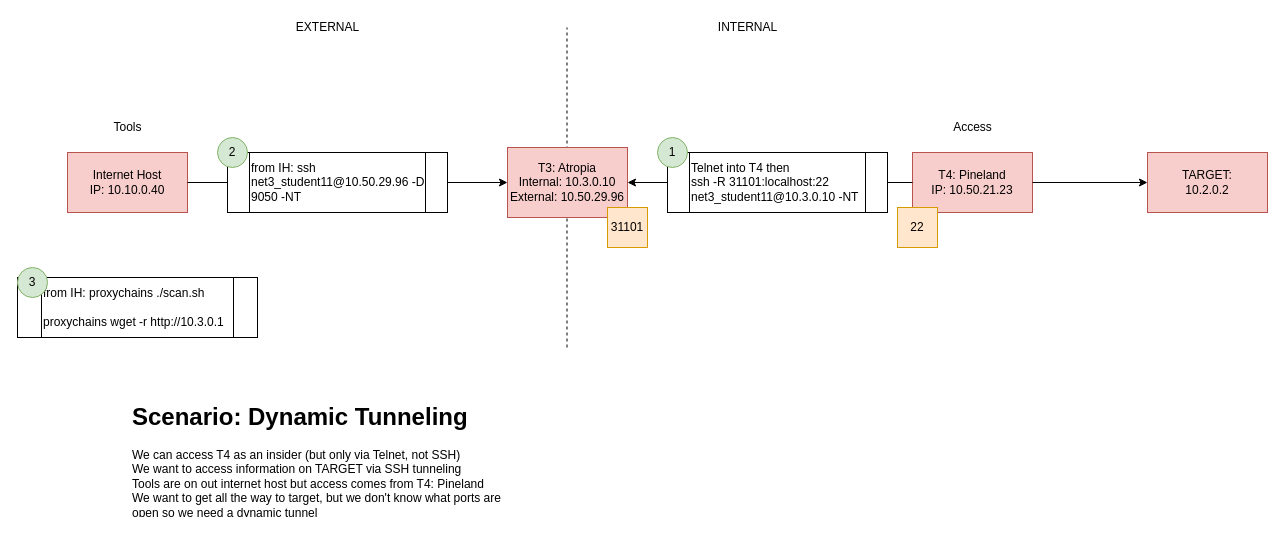
Before: ctf/CTF_tunneling6.drawio in abfarr/cctc, a draw.io diagram. Source tidied: cells renumbered, new cells numbered last; positions are measured from the earlier drawing's top-left corner, leaving out a move shared by most shapes. Both pictures are drawn from the tidied source at 100%, with x=0, y=0 at pixel (17, 17).
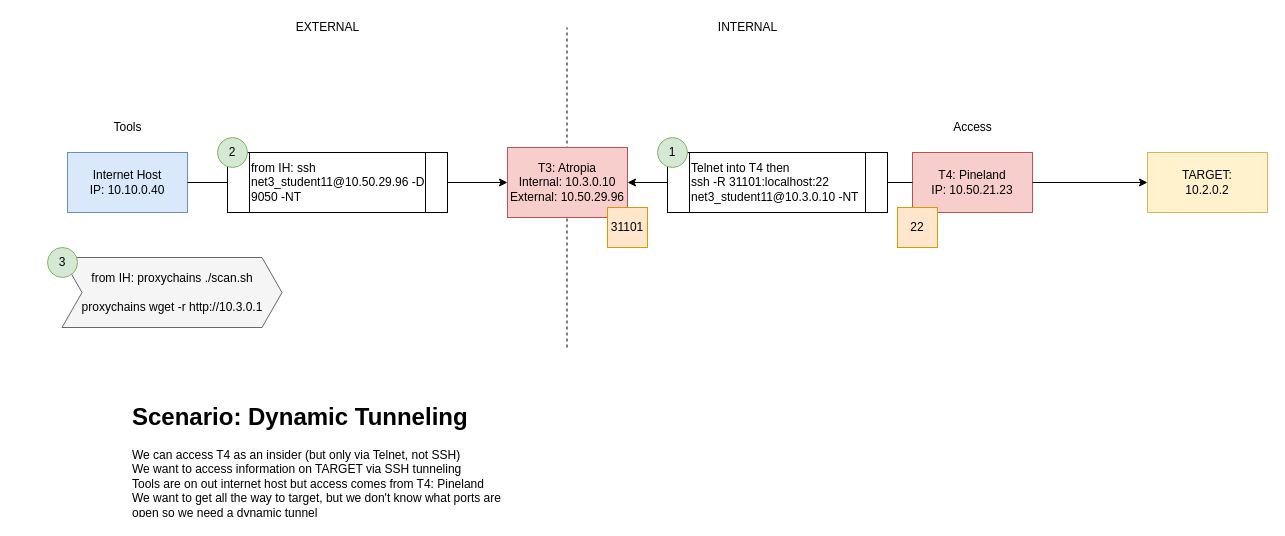
After the change.

Diff of the diagram source:
```diff
@@
-    <mxCell id="3" value="Internet Host&lt;br&gt;IP: 10.10.0.40" style="rounded=0;whiteSpace=wrap;html=1;fillColor=#f8cecc;strokeColor=#b85450;" parent="1" vertex="1">
+    <mxCell id="3" value="Internet Host&lt;br&gt;IP: 10.10.0.40" style="rounded=0;whiteSpace=wrap;html=1;fillColor=#dae8fc;strokeColor=#6c8ebf;" parent="1" vertex="1">
       <mxGeometry x="50" y="135" width="120" height="60" as="geometry" />
     </mxCell>
@@
-    <mxCell id="9" value="TARGET:&lt;br&gt;10.2.0.2" style="rounded=0;whiteSpace=wrap;html=1;fillColor=#f8cecc;strokeColor=#b85450;" parent="1" vertex="1">
+    <mxCell id="9" value="TARGET:&lt;br&gt;10.2.0.2" style="rounded=0;whiteSpace=wrap;html=1;fillColor=#fff2cc;strokeColor=#d6b656;" parent="1" vertex="1">
       <mxGeometry x="1130" y="135" width="120" height="60" as="geometry" />
     </mxCell>
@@
-    <mxCell id="23" value="from IH: proxychains ./scan.sh&lt;br&gt;&lt;br&gt;proxychains wget -r http://10.3.0.1" style="shape=process;whiteSpace=wrap;html=1;backgroundOutline=1;align=left;" parent="1" vertex="1">
-      <mxGeometry y="260" width="240" height="60" as="geometry" />
+    <mxCell id="23" value="&lt;span style=&quot;color: rgb(0 , 0 , 0) ; text-align: left&quot;&gt;from IH: proxychains ./scan.sh&lt;/span&gt;&lt;br style=&quot;color: rgb(0 , 0 , 0) ; text-align: left&quot;&gt;&lt;br style=&quot;color: rgb(0 , 0 , 0) ; text-align: left&quot;&gt;&lt;span style=&quot;color: rgb(0 , 0 , 0) ; text-align: left&quot;&gt;proxychains wget -r http://10.3.0.1&lt;/span&gt;" style="shape=step;perimeter=stepPerimeter;whiteSpace=wrap;html=1;fixedSize=1;align=center;fillColor=#f5f5f5;fontColor=#333333;strokeColor=#666666;" parent="1" vertex="1">
+      <mxGeometry x="44.5" y="240" width="220" height="70" as="geometry" />
     </mxCell>
     <mxCell id="24" value="3" style="ellipse;whiteSpace=wrap;html=1;fillColor=#d5e8d4;strokeColor=#82b366;" parent="1" vertex="1">
-      <mxGeometry y="250" width="30" height="30" as="geometry" />
+      <mxGeometry x="30" y="230" width="30" height="30" as="geometry" />
     </mxCell>
```
